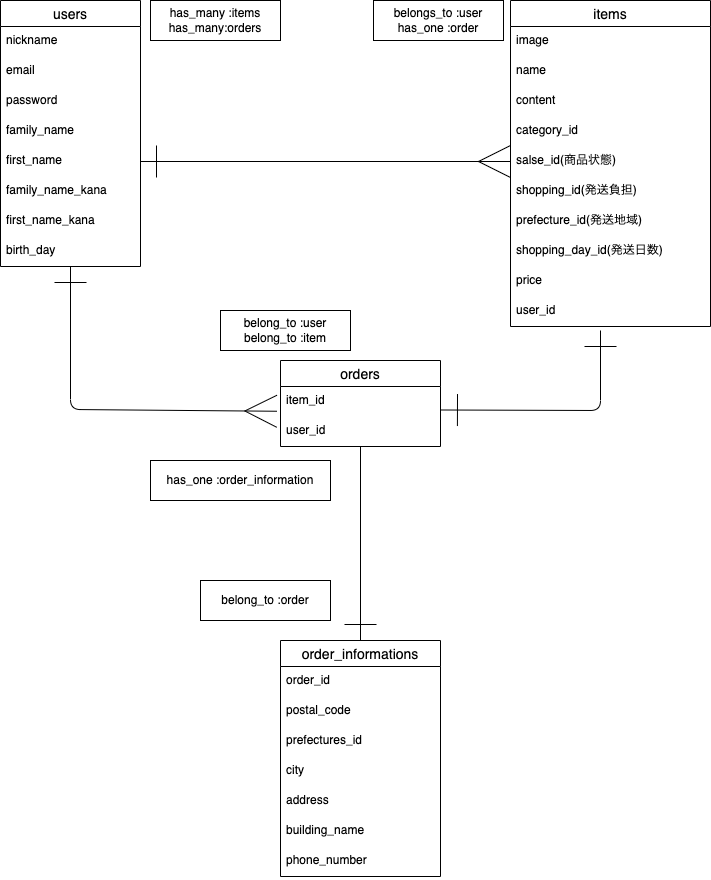
The draw.io diagram 01furima-39277(ER図).png in gtn-74/furima-39277, before a commit. Source tidied: cells renumbered, new cells last; positions are measured from the earlier drawing's top-left corner, leaving out a move shared by most shapes.
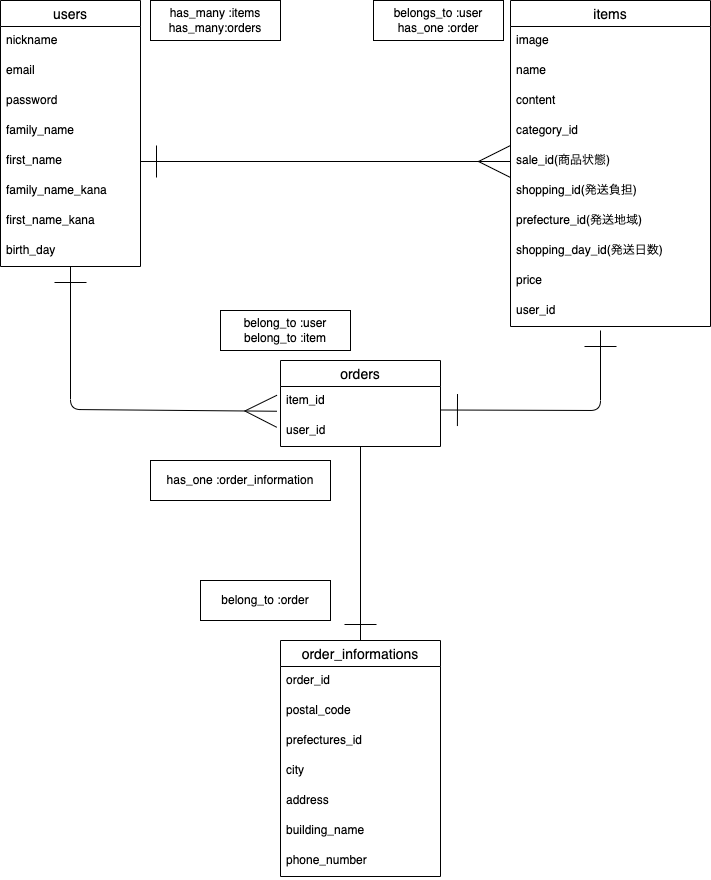
After the change.

The edit, as a diff of the source:
```diff
@@ -59,7 +59,7 @@
     <mxCell id="17" value="category_id" style="text;strokeColor=none;fillColor=none;spacingLeft=4;spacingRight=4;overflow=hidden;fontSize=12;" parent="13" vertex="1">
       <mxGeometry y="116" width="200" height="30" as="geometry" />
     </mxCell>
-    <mxCell id="18" value="salse_id(商品状態)" style="text;strokeColor=none;fillColor=none;spacingLeft=4;spacingRight=4;overflow=hidden;points=[[0,0.5],[1,0.5]];portConstraint=eastwest;fontSize=12;" parent="13" vertex="1">
+    <mxCell id="18" value="sale_id(商品状態)" style="text;strokeColor=none;fillColor=none;spacingLeft=4;spacingRight=4;overflow=hidden;points=[[0,0.5],[1,0.5]];portConstraint=eastwest;fontSize=12;" parent="13" vertex="1">
       <mxGeometry y="146" width="200" height="30" as="geometry" />
     </mxCell>
     <mxCell id="19" value="shopping_id(発送負担)" style="text;strokeColor=none;fillColor=none;spacingLeft=4;spacingRight=4;overflow=hidden;fontSize=12;" parent="13" vertex="1">
```
